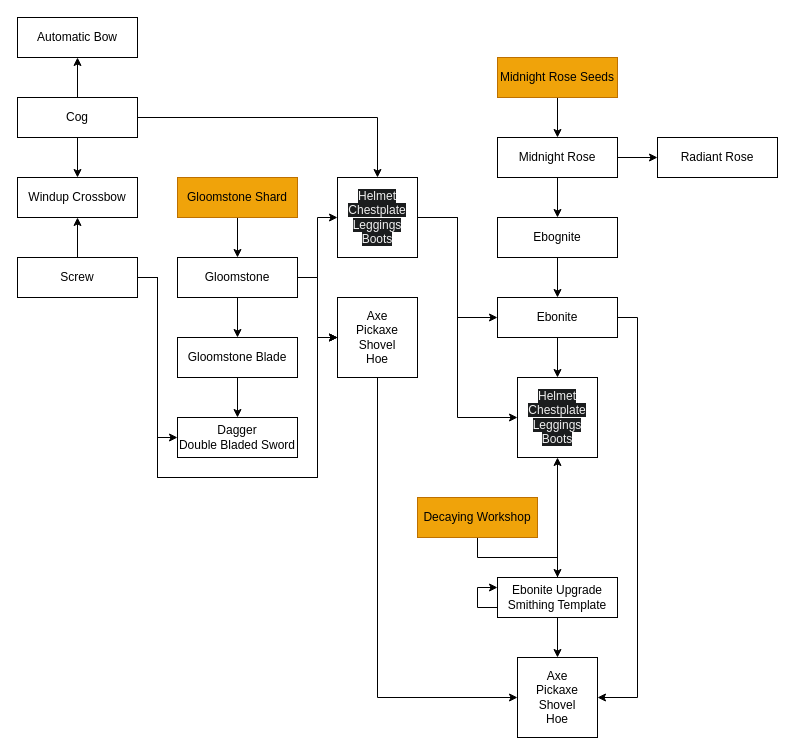
Above: _other/Progress.drawio in asdru22/Cognition (draw.io), before the change. Source tidied: cells renumbered, new cells numbered last; positions are measured from the earlier drawing's top-left corner, leaving out a move shared by most shapes. Both pictures are drawn from the tidied source at 100%, with x=0, y=0 at pixel (17, 17).
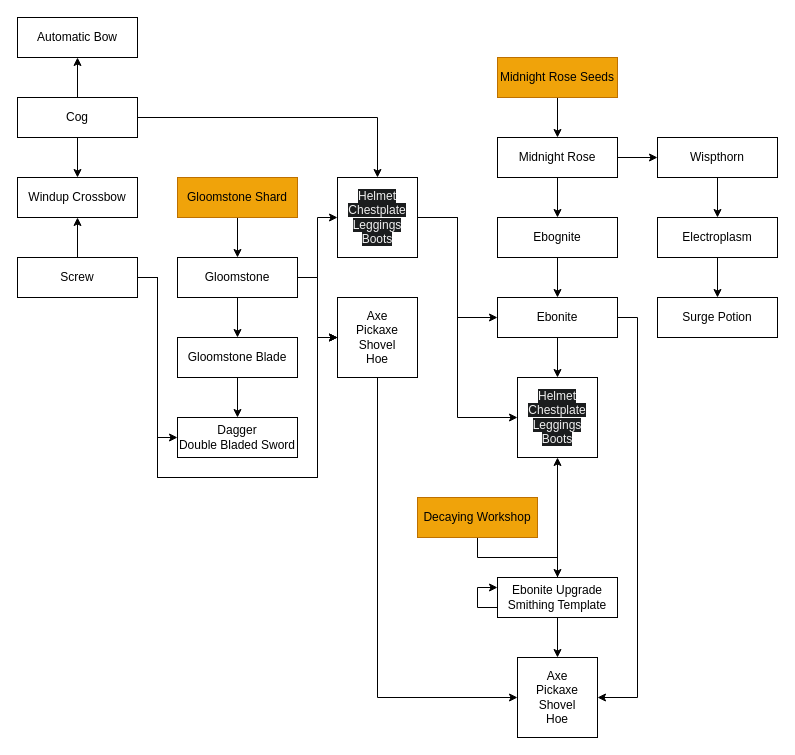
After the change.

What changed in the source:
```diff
@@
+    <mxCell id="46" style="edgeStyle=orthogonalEdgeStyle;rounded=0;jettySize=auto;html=1;" parent="1" edge="1" source="45" target="48">
+      <mxGeometry relative="1" as="geometry" />
+    </mxCell>
-    <mxCell id="45" value="Radiant Rose" style="rounded=0;whiteSpace=wrap;html=1;fontFamily=Arial;" parent="1" vertex="1">
+    <mxCell id="45" value="Wispthorn" style="rounded=0;whiteSpace=wrap;html=1;fontFamily=Arial;" parent="1" vertex="1">
       <mxGeometry x="640" y="120" width="120" height="40" as="geometry" />
     </mxCell>
+    <mxCell id="47" style="edgeStyle=orthogonalEdgeStyle;rounded=0;jettySize=auto;html=1;" parent="1" edge="1" source="48" target="49">
+      <mxGeometry relative="1" as="geometry" />
+    </mxCell>
+    <mxCell id="48" value="Electroplasm" style="rounded=0;whiteSpace=wrap;html=1;fontFamily=Arial;" parent="1" vertex="1">
+      <mxGeometry x="640" y="200" width="120" height="40" as="geometry" />
+    </mxCell>
+    <mxCell id="49" value="Surge Potion" style="rounded=0;whiteSpace=wrap;html=1;fontFamily=Arial;" parent="1" vertex="1">
+      <mxGeometry x="640" y="280" width="120" height="40" as="geometry" />
+    </mxCell>
```
